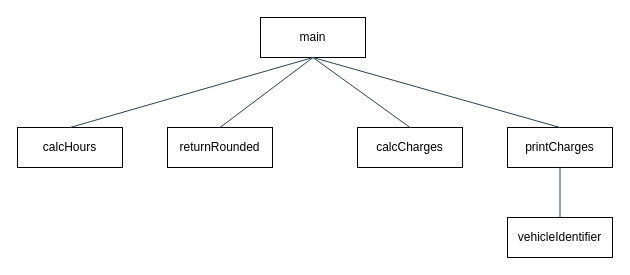
This is page "parking_fee" (4 of 4) of structure_charts.drawio from Jebbxrs/c_proj, a draw.io file, before an edit. Source tidied: cells renumbered, new cells numbered last; positions are measured from the earlier drawing's top-left corner, leaving out a move shared by most shapes. Both pictures are drawn from the tidied source at 100%, with x=0, y=0 at pixel (17, 17).
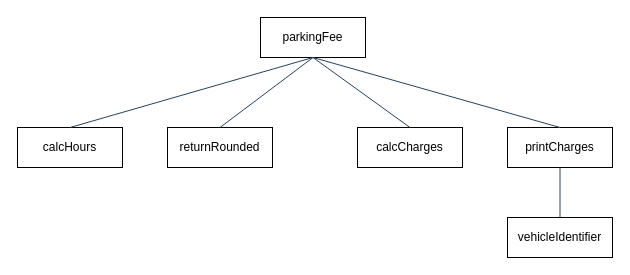
The same diagram, later.

What changed in the source:
```diff
@@
 <mxGraphModel>
   <root>
     <mxCell id="0" />
     <mxCell id="1" parent="0" />
-    <mxCell id="2" value="main" style="rounded=0;whiteSpace=wrap;html=1;" parent="1" vertex="1">
+    <mxCell id="2" value="parkingFee" style="rounded=0;whiteSpace=wrap;html=1;" parent="1" vertex="1">
       <mxGeometry x="243" width="105" height="40" as="geometry" />
     </mxCell>
     <mxCell id="3" value="calcHours" style="rounded=0;whiteSpace=wrap;html=1;" parent="1" vertex="1">
       <mxGeometry y="110" width="105" height="40" as="geometry" />
     </mxCell>
     <mxCell id="4" value="returnRounded" style="rounded=0;whiteSpace=wrap;html=1;" parent="1" vertex="1">
       <mxGeometry x="150" y="110" width="105" height="40" as="geometry" />
     </mxCell>
     <mxCell id="5" value="calcCharges" style="rounded=0;whiteSpace=wrap;html=1;" parent="1" vertex="1">
       <mxGeometry x="340" y="110" width="105" height="40" as="geometry" />
     </mxCell>
     <mxCell id="6" value="printCharges" style="rounded=0;whiteSpace=wrap;html=1;" parent="1" vertex="1">
       <mxGeometry x="490" y="110" width="105" height="40" as="geometry" />
     </mxCell>
     <mxCell id="7" value="vehicleIdentifier" style="rounded=0;whiteSpace=wrap;html=1;" parent="1" vertex="1">
       <mxGeometry x="490" y="200" width="105" height="40" as="geometry" />
     </mxCell>
     <mxCell id="8" style="endArrow=none;html=1;rounded=0;strokeColor=#23445D;entryX=0.5;entryY=1;entryDx=0;entryDy=0;exitX=0.5;exitY=0;exitDx=0;exitDy=0;" parent="1" edge="1" source="3" target="2">
       <mxGeometry relative="1" as="geometry" />
     </mxCell>
     <mxCell id="9" style="endArrow=none;html=1;rounded=0;strokeColor=#23445D;entryX=0.5;entryY=1;entryDx=0;entryDy=0;exitX=0.5;exitY=0;exitDx=0;exitDy=0;" parent="1" edge="1" source="4" target="2">
       <mxGeometry relative="1" as="geometry" />
     </mxCell>
     <mxCell id="10" style="endArrow=none;html=1;rounded=0;strokeColor=#23445D;entryX=0.5;entryY=1;entryDx=0;entryDy=0;exitX=0.5;exitY=0;exitDx=0;exitDy=0;" parent="1" edge="1" source="5" target="2">
       <mxGeometry relative="1" as="geometry" />
     </mxCell>
     <mxCell id="11" style="endArrow=none;html=1;rounded=0;strokeColor=#23445D;exitX=0.5;exitY=0;exitDx=0;exitDy=0;entryX=0.5;entryY=1;entryDx=0;entryDy=0;" parent="1" edge="1" source="6" target="2">
       <mxGeometry relative="1" as="geometry" />
     </mxCell>
     <mxCell id="12" style="endArrow=none;html=1;rounded=0;strokeColor=#23445D;entryX=0.5;entryY=1;entryDx=0;entryDy=0;exitX=0.5;exitY=0;exitDx=0;exitDy=0;" parent="1" edge="1" source="7" target="6">
       <mxGeometry relative="1" as="geometry" />
     </mxCell>
   </root>
 </mxGraphModel>
```
